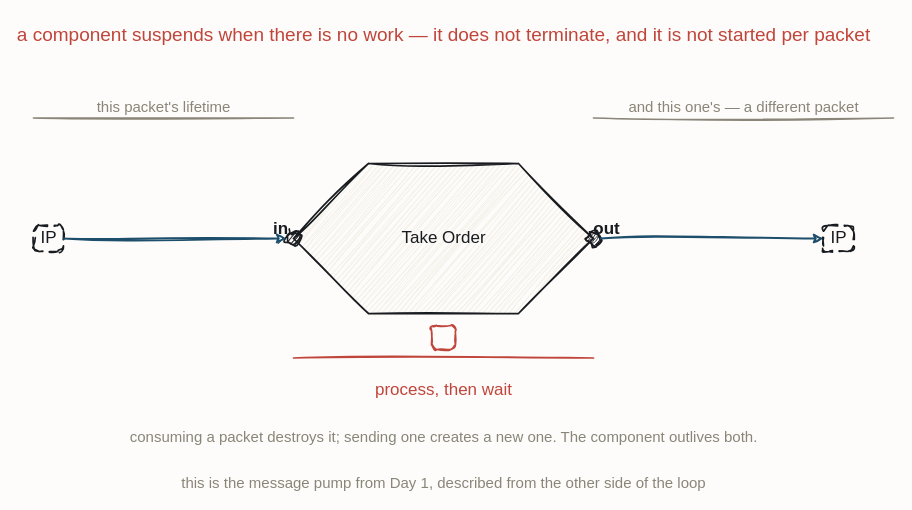
Above: resources/flow-fbp-lifetime.drawio in iancooper/practical-messaging (draw.io), before the change. Source tidied: cells renumbered, new cells numbered last; positions are measured from the earlier drawing's top-left corner, leaving out a move shared by most shapes. Both pictures are drawn from the tidied source at 100%, with x=0, y=0 at pixel (33, 17).
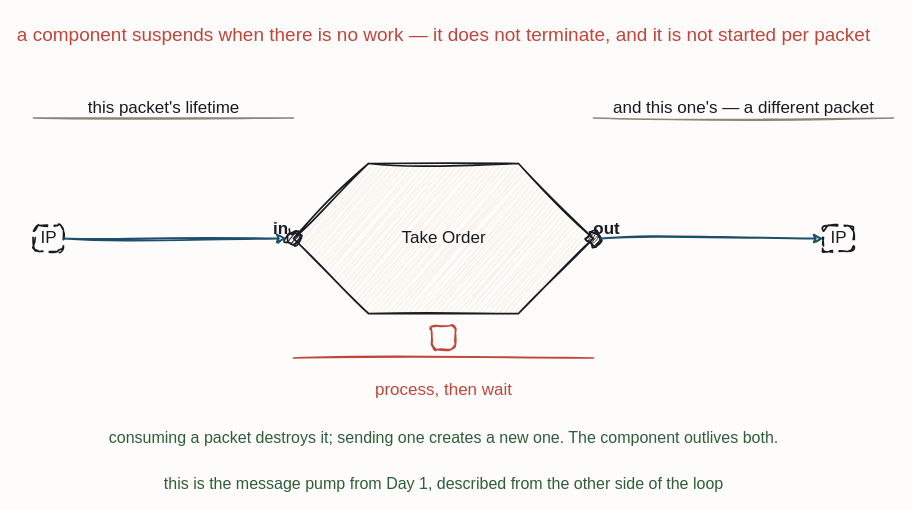
The same page after the edit.

Diff of the diagram source:
```diff
@@
-    <mxCell id="11" value="this packet's lifetime" style="text;html=1;align=center;fontFamily=Caveat;fontSize=15;fontColor=#8A8578;" parent="1" vertex="1">
+    <mxCell id="11" value="this packet's lifetime" style="text;html=1;align=center;fontFamily=Caveat;fontSize=17;fontColor=#181B1F;" parent="1" vertex="1">
       <mxGeometry x="70" y="74" width="120" height="20" as="geometry" />
     </mxCell>
@@
-    <mxCell id="13" value="and this one's — a different packet" style="text;html=1;align=center;fontFamily=Caveat;fontSize=15;fontColor=#8A8578;" parent="1" vertex="1">
+    <mxCell id="13" value="and this one's — a different packet" style="text;html=1;align=center;fontFamily=Caveat;fontSize=17;fontColor=#181B1F;" parent="1" vertex="1">
       <mxGeometry x="650" y="74" width="120" height="20" as="geometry" />
     </mxCell>
@@
-    <mxCell id="17" value="consuming a packet destroys it; sending one creates a new one. The component outlives both." style="text;html=1;align=center;fontFamily=Caveat;fontSize=15;fontColor=#8A8578;" parent="1" vertex="1">
+    <mxCell id="17" value="consuming a packet destroys it; sending one creates a new one. The component outlives both." style="text;html=1;align=center;fontFamily=Caveat;fontSize=16;fontColor=#2F5D3A;" parent="1" vertex="1">
       <mxGeometry x="350" y="404" width="120" height="20" as="geometry" />
     </mxCell>
-    <mxCell id="18" value="this is the message pump from Day 1, described from the other side of the loop" style="text;html=1;align=center;fontFamily=Caveat;fontSize=15;fontColor=#8A8578;" parent="1" vertex="1">
+    <mxCell id="18" value="this is the message pump from Day 1, described from the other side of the loop" style="text;html=1;align=center;fontFamily=Caveat;fontSize=16;fontColor=#2F5D3A;" parent="1" vertex="1">
       <mxGeometry x="350" y="450" width="120" height="20" as="geometry" />
     </mxCell>
```
